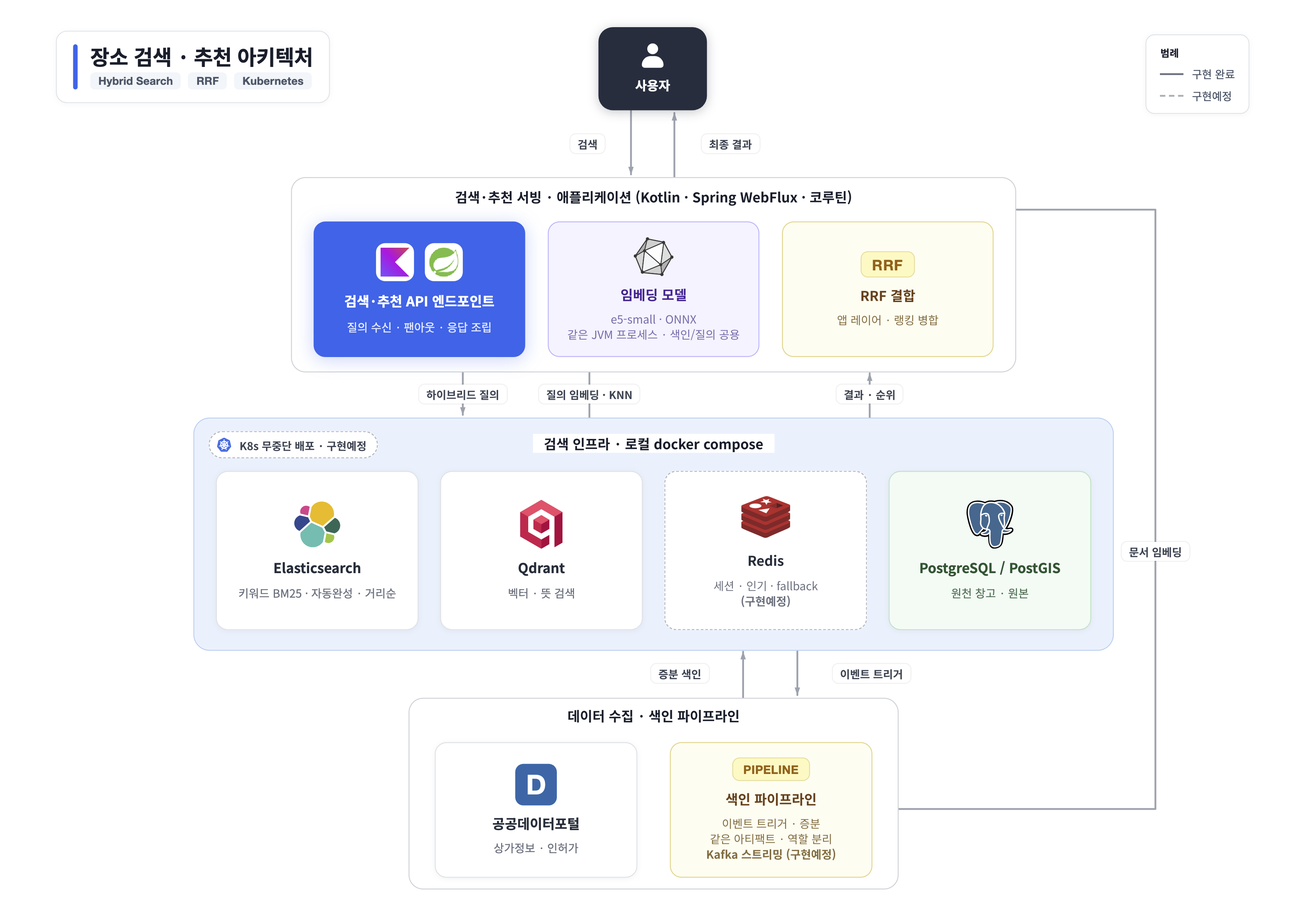
Above: docs/diagrams/architecture.png in YubinShin/nearby (Mermaid), before the change. Its source is kept beside it as docs/diagrams/architecture.mmd.
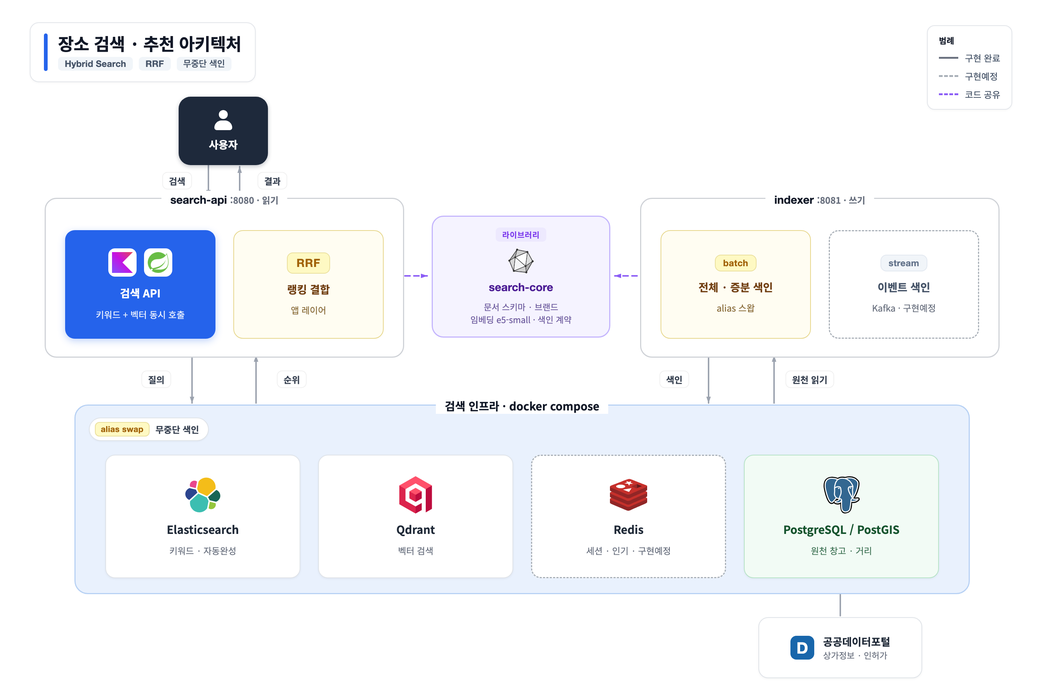
After the commit.

Commit message:
docs(diagram): 분리 후 아키텍처 반영

What changed in the source:
```diff
@@ -1,56 +1,51 @@
 flowchart TB
     USER([사용자]):::user
 
-    subgraph SERVE["질의 — search-api :8080"]
+    subgraph SERVE["search-api :8080 · 읽기"]
         direction LR
-        API["검색 API<br/>Kotlin · Spring WebFlux · 코루틴"]:::api
-        RRF{{"RRF 결합<br/>앱 레이어"}}:::logic
+        API["검색 API<br/>키워드 + 벡터 동시 호출"]:::api
+        RRF{{"RRF<br/>랭킹 결합"}}:::logic
     end
 
-    CORE["<b>search-core</b> · 라이브러리 (앱 아님)<br/>문서 스키마 · 브랜드 규칙<br/>임베딩 모델 e5-small · ONNX<br/>색인 계약 IndexMeta"]:::core
+    CORE["<b>search-core</b> · 라이브러리<br/>문서 스키마 · 브랜드<br/>임베딩 e5-small · 색인 계약"]:::core
 
-    subgraph INGEST["색인 — indexer-batch :8081"]
+    subgraph INGEST["indexer :8081 · 쓰기"]
         direction LR
-        SRC["공공데이터<br/>상가정보 · 인허가"]:::src
-        IDX["색인 파이프라인<br/>증분 · 전체 재색인 · alias 스왑"]:::logic
+        BATCH["batch<br/>전체 · 증분 색인<br/>alias 스왑"]:::logic
+        STREAM["stream<br/>이벤트 색인<br/>Kafka · 구현예정"]:::planned
     end
 
-    STREAM["indexer-stream<br/>이벤트 증분 · 뼈대만"]:::planned
-
-    subgraph ENGINES["Kubernetes 위 검색 인프라"]
+    subgraph ENGINES["검색 인프라 · docker compose &lpar;alias swap 무중단 색인&rpar;"]
         direction LR
-        ES[("Elasticsearch<br/>키워드 BM25 · 자동완성")]:::engine
-        QD[("Qdrant<br/>벡터 · 뜻 검색")]:::engine
-        RD[("Redis<br/>세션 · 인기 · fallback")]:::engine
+        ES[("Elasticsearch<br/>키워드 · 자동완성")]:::engine
+        QD[("Qdrant<br/>벡터 검색")]:::engine
+        RD[("Redis<br/>세션 · 인기 · 구현예정")]:::planned
         PG[("PostgreSQL / PostGIS<br/>원천 창고 · 거리")]:::store
     end
 
-    API -. 컴파일 의존 .-> CORE
-    IDX -. 컴파일 의존 .-> CORE
-    STREAM -. 컴파일 의존 .-> CORE
+    SRC["공공데이터포털<br/>상가정보 · 인허가"]:::src
+
+    API -. 코드 공유 .-> CORE
+    BATCH -. 코드 공유 .-> CORE
+    STREAM -. 코드 공유 .-> CORE
 
     USER -->|검색| API
-    API -->|키워드| ES
-    API -->|질의 임베딩 → KNN| QD
-    API -->|거리 · geo| PG
-    API -->|세션 · 인기| RD
+    RRF -->|결과| USER
+    API -->|질의| ES
+    API -->|질의| QD
     ES -->|순위| RRF
     QD -->|순위| RRF
-    RRF -->|최종 결과| USER
 
-    SRC --> PG
-    PG -->|바뀐 행만 읽기| IDX
-    IDX -->|키워드 색인| ES
-    IDX -->|문서 임베딩 → 벡터 적재| QD
-
-    IDX ==>|"alias 스왑 성공 후<br/>버전 도장 기록"| ES
-    ES ==>|"기동 시 대조<br/>다르면 뜨지 않음"| API
+    PG -->|원천 읽기| BATCH
+    BATCH -->|색인| ES
+    BATCH -->|색인| QD
+    SRC -->|적재| PG
 
     classDef user fill:#1e293b,color:#ffffff,stroke:#0f172a,stroke-width:1px;
     classDef api fill:#2563eb,color:#ffffff,stroke:#1e40af,stroke-width:1px;
-    classDef core fill:#ede9fe,color:#4c1d95,stroke:#7c3aed,stroke-width:2px;
-    classDef engine fill:#e0f2fe,color:#0c4a6e,stroke:#0284c7,stroke-width:1px;
-    classDef store fill:#dcfce7,color:#14532d,stroke:#16a34a,stroke-width:1px;
-    classDef logic fill:#fef9c3,color:#713f12,stroke:#ca8a04,stroke-width:1px;
-    classDef src fill:#f1f5f9,color:#334155,stroke:#94a3b8,stroke-width:1px;
-    classDef planned fill:#ffffff,color:#64748b,stroke:#cbd5e1,stroke-width:1px,stroke-dasharray:4 3;
+    classDef core fill:#f5f3ff,color:#4c1d95,stroke:#c4b5fd,stroke-width:2px;
+    classDef engine fill:#ffffff,color:#1f2937,stroke:#dfe3e8,stroke-width:1px;
+    classDef store fill:#f2fbf5,color:#14532d,stroke:#b6e3c6,stroke-width:1px;
+    classDef logic fill:#fffdf2,color:#713f12,stroke:#e6d68a,stroke-width:1px;
+    classDef src fill:#ffffff,color:#334155,stroke:#dfe3e8,stroke-width:1px;
+    classDef planned fill:#ffffff,color:#64748b,stroke:#a9b0b8,stroke-width:1.5px,stroke-dasharray:4 3;
```
